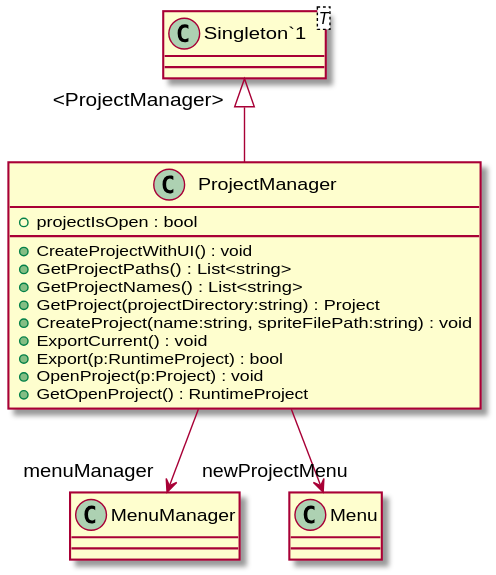
This is UML/ProjectSystem/ProjectManager.svg from streepje8/ToolDev2023, a PlantUML export, as it was before one commit.
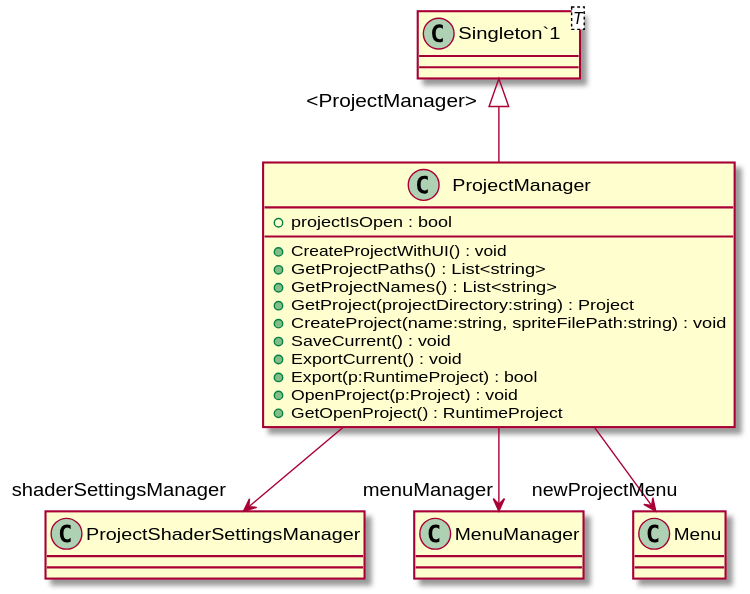
Later version of the same file.

The edit, as a diff of the source:
```diff
@@ -6,6 +6,7 @@
     + GetProjectNames() : List<string>
     + GetProject(projectDirectory:string) : Project
     + CreateProject(name:string, spriteFilePath:string) : void
+    + SaveCurrent() : void
     + ExportCurrent() : void
     + Export(p:RuntimeProject) : bool
     + OpenProject(p:Project) : void
@@ -14,6 +15,7 @@
 class "Singleton`1"<T> {
 }
 "Singleton`1" "<ProjectManager>" <|-- ProjectManager
+ProjectManager --> "shaderSettingsManager" ProjectShaderSettingsManager
 ProjectManager --> "menuManager" MenuManager
 ProjectManager --> "newProjectMenu" Menu
 @enduml
```
